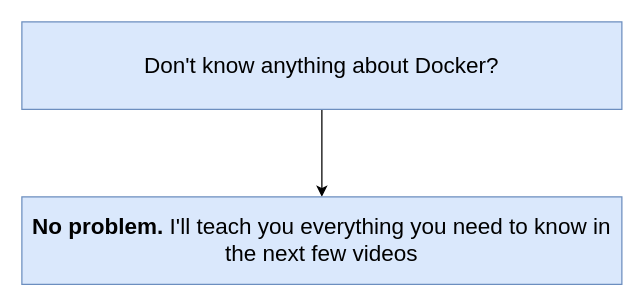
HappySuzuki/microservices-cast keeps this draw.io diagram as page "04 - note" (13 of 16) of diagrams/04/01.drawio. Above is the earlier version. Source tidied: cells renumbered, new cells numbered last; positions are measured from the earlier drawing's top-left corner, leaving out a move shared by most shapes. Both pictures are drawn from the tidied source at 125%, with x=0, y=0 at pixel (21, 21).
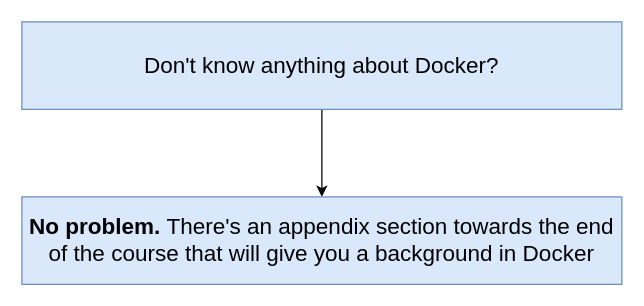
After the change.

What changed in the source:
```diff
@@
 <mxGraphModel>
   <root>
     <mxCell id="0" />
     <mxCell id="1" parent="0" />
     <mxCell id="2" style="edgeStyle=orthogonalEdgeStyle;rounded=0;jettySize=auto;html=1;exitX=0.5;exitY=1;exitDx=0;exitDy=0;fontSize=18;" parent="1" edge="1" source="3" target="4">
       <mxGeometry relative="1" as="geometry" />
     </mxCell>
     <mxCell id="3" value="Don't know anything about Docker?" style="rounded=0;whiteSpace=wrap;html=1;fontSize=18;fillColor=#dae8fc;strokeColor=#6c8ebf;" parent="1" vertex="1">
       <mxGeometry width="480" height="70" as="geometry" />
     </mxCell>
-    <mxCell id="4" value="&lt;b&gt;No problem.&lt;/b&gt;&amp;nbsp;I'll teach you everything you need to know in the next few videos" style="rounded=0;whiteSpace=wrap;html=1;fontSize=18;fillColor=#dae8fc;strokeColor=#6c8ebf;" parent="1" vertex="1">
+    <mxCell id="4" value="&lt;b&gt;No problem.&lt;/b&gt;&amp;nbsp;There's an appendix section towards the end of the course that will give you a background in Docker" style="rounded=0;whiteSpace=wrap;html=1;fontSize=18;fillColor=#dae8fc;strokeColor=#6c8ebf;" parent="1" vertex="1">
       <mxGeometry y="140" width="480" height="70" as="geometry" />
     </mxCell>
   </root>
 </mxGraphModel>
```
